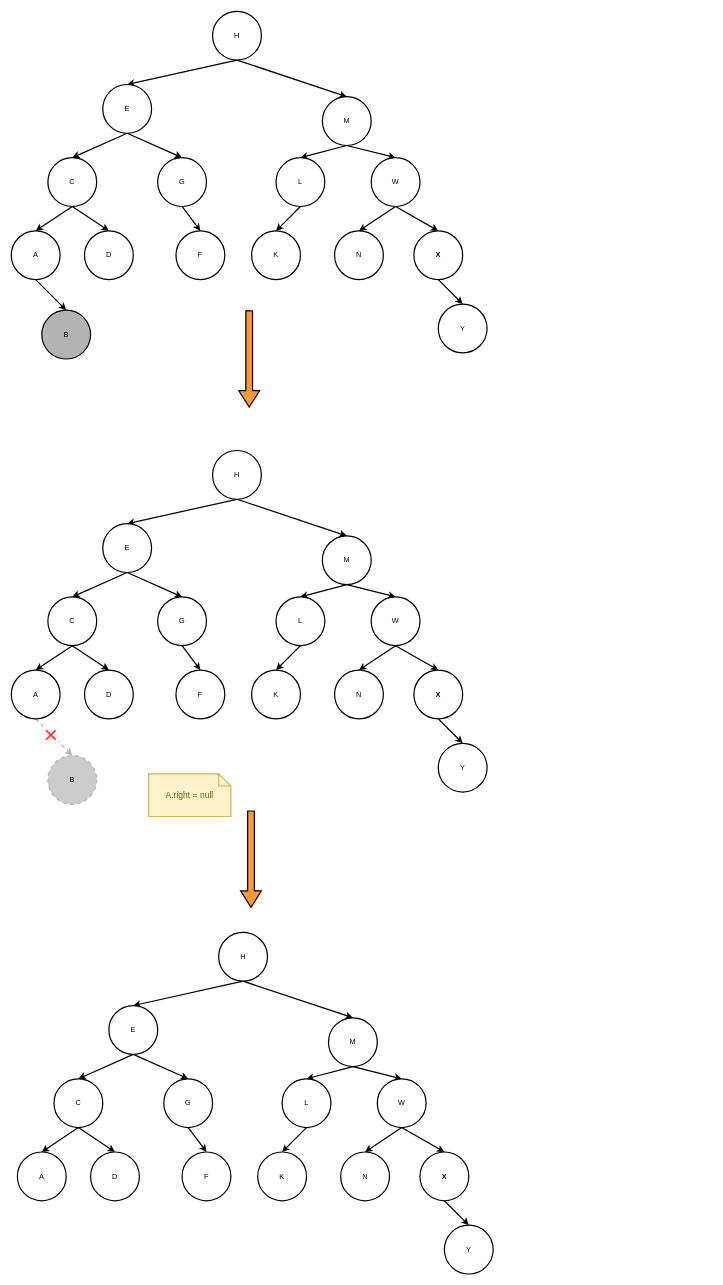
Earlier version of the draw.io diagram page "删除叶子节点" (1 of 2) of 数据结构与算法/二叉树.drawio (LiHuiBin1995/study-java). Source tidied: cells renumbered, new cells numbered last; positions are measured from the earlier drawing's top-left corner, leaving out a move shared by most shapes. Both pictures are drawn from the tidied source at 61%, with x=0, y=0 at pixel (11, 11).
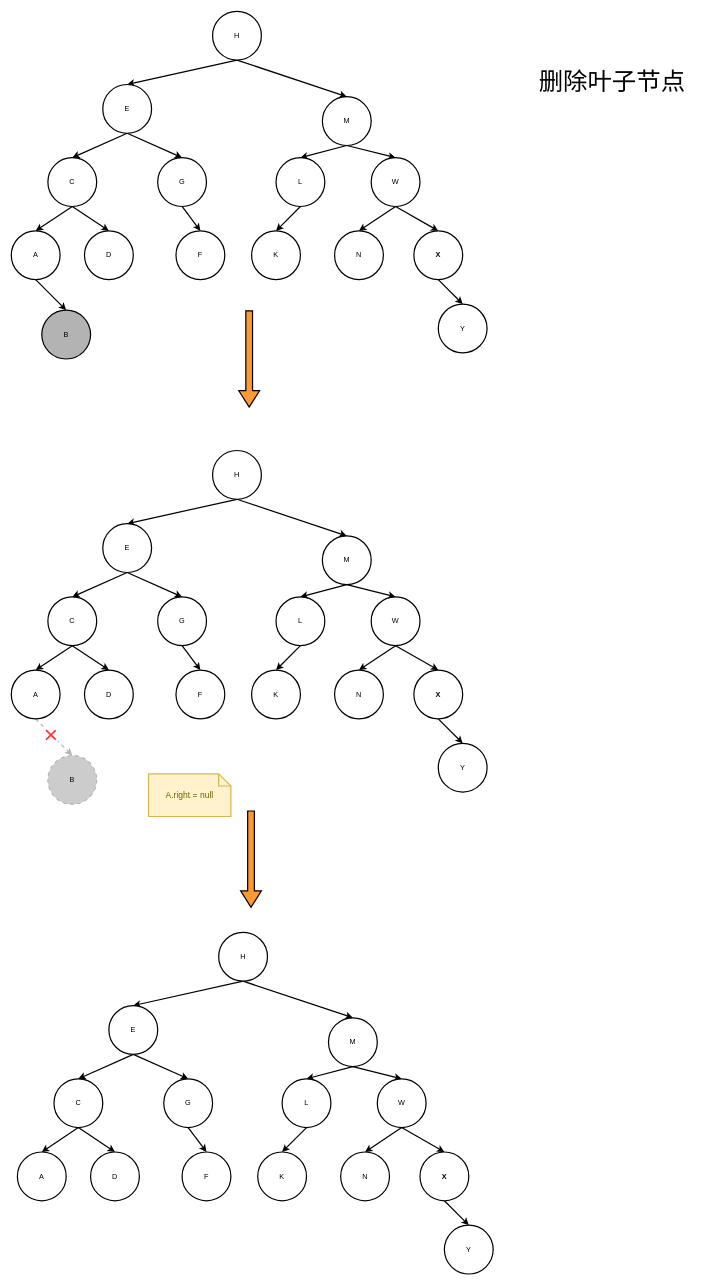
Above is the later version.

Commit message (it also covers changes not shown here):
更新二叉树.drawio

What changed in the source:
```diff
@@
+    <mxCell id="91" value="删除叶子节点" style="text;html=1;strokeColor=none;fillColor=none;align=center;verticalAlign=middle;whiteSpace=wrap;rounded=0;fontSize=40;fontColor=#000000;" parent="1" vertex="1">
+      <mxGeometry x="820" y="70" width="330" height="90" as="geometry" />
+    </mxCell>
```
